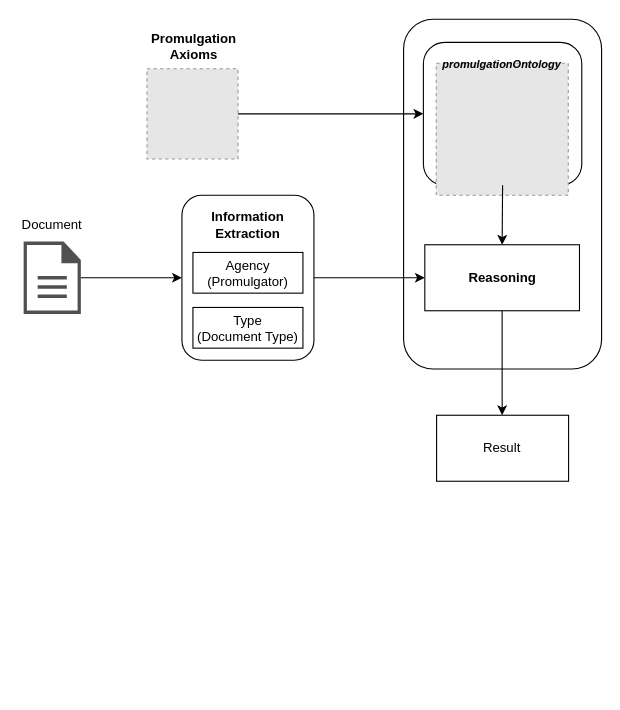
The draw.io diagram overview.drawio in mossbee/linhtinhforpu, before the edit. Source tidied: cells renumbered, new cells numbered last; positions are measured from the earlier drawing's top-left corner, leaving out a move shared by most shapes. Both pictures are drawn from the tidied source at 110%, with x=0, y=0 at pixel (19, 19). Pictures stored in the file or linked from it are replaced by grey dashed boxes.
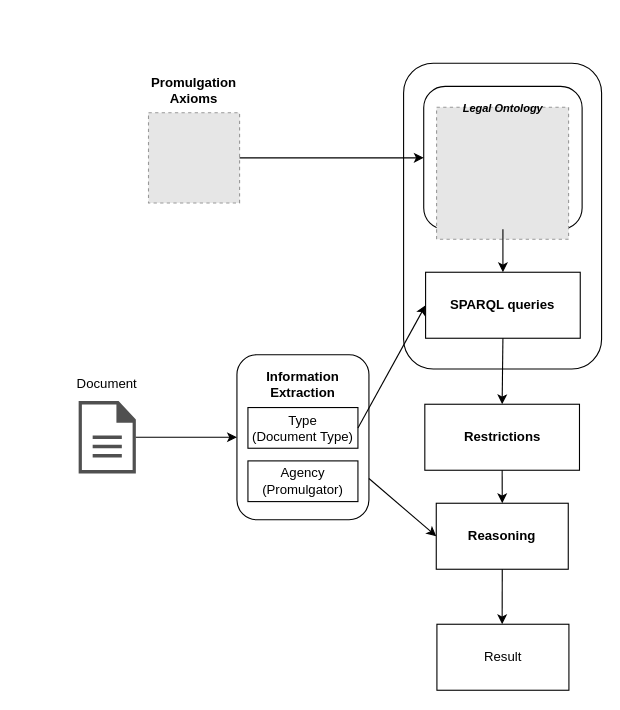
After the change.

Change to the diagram source:
```diff
@@
     <mxCell id="2" style="rounded=1;whiteSpace=wrap;html=1;fillColor=none;" parent="1" vertex="1">
-      <mxGeometry x="349.4" width="180" height="318" as="geometry" />
+      <mxGeometry x="349.4" y="40" width="180" height="278" as="geometry" />
     </mxCell>
     <mxCell id="3" style="rounded=1;whiteSpace=wrap;html=1;fillColor=none;" parent="1" vertex="1">
-      <mxGeometry x="367.4" y="21" width="144" height="130" as="geometry" />
+      <mxGeometry x="367.7" y="61" width="144" height="130" as="geometry" />
     </mxCell>
     <mxCell id="4" style="fillColor=#E6E6E6;strokeColor=#999999;dashed=1;verticalLabelPosition=bottom;labelBackgroundColor=default;verticalAlign=top;" parent="1" vertex="1">
-      <mxGeometry x="379.1" y="40" width="120" height="120" as="geometry" />
+      <mxGeometry x="379.4" y="80" width="120" height="120" as="geometry" />
     </mxCell>
     <mxCell id="5" style="sketch=0;shadow=0;dashed=0;html=1;strokeColor=none;fillColor=#505050;labelPosition=center;verticalLabelPosition=bottom;verticalAlign=top;outlineConnect=0;align=center;shape=mxgraph.office.concepts.document;" parent="1" vertex="1">
-      <mxGeometry x="4" y="202" width="52" height="66" as="geometry" />
+      <mxGeometry x="54" y="347" width="52" height="66" as="geometry" />
     </mxCell>
     <mxCell id="6" style="rounded=1;whiteSpace=wrap;html=1;fillColor=none;" parent="1" vertex="1">
-      <mxGeometry x="147.9" y="160" width="120" height="150" as="geometry" />
+      <mxGeometry x="197.9" y="305" width="120" height="150" as="geometry" />
     </mxCell>
@@
     <mxCell id="8" value="&lt;b&gt;Information&lt;br&gt;Extraction&lt;/b&gt;" style="text;html=1;align=center;verticalAlign=middle;whiteSpace=wrap;rounded=0;" parent="1" vertex="1">
-      <mxGeometry x="177.9" y="172" width="60" height="30" as="geometry" />
+      <mxGeometry x="227.9" y="317" width="60" height="30" as="geometry" />
     </mxCell>
     <mxCell id="9" value="Agency (Promulgator)" style="rounded=0;whiteSpace=wrap;html=1;" parent="1" vertex="1">
-      <mxGeometry x="157.9" y="212" width="100" height="37" as="geometry" />
+      <mxGeometry x="207.9" y="401.5" width="100" height="37" as="geometry" />
     </mxCell>
     <mxCell id="10" value="Type&lt;br&gt;(Document Type)" style="rounded=0;whiteSpace=wrap;html=1;" parent="1" vertex="1">
-      <mxGeometry x="157.9" y="262" width="100" height="37" as="geometry" />
+      <mxGeometry x="207.9" y="353" width="100" height="37" as="geometry" />
     </mxCell>
     <mxCell id="11" value="Document" style="text;html=1;align=center;verticalAlign=middle;whiteSpace=wrap;rounded=0;" parent="1" vertex="1">
-      <mxGeometry y="172" width="60" height="30" as="geometry" />
+      <mxGeometry x="50" y="317" width="60" height="30" as="geometry" />
     </mxCell>
     <mxCell id="12" style="fillColor=#E6E6E6;strokeColor=#999999;dashed=1;verticalLabelPosition=bottom;labelBackgroundColor=default;verticalAlign=top;" parent="1" vertex="1">
-      <mxGeometry x="116.1" y="45" width="82.8" height="82" as="geometry" />
+      <mxGeometry x="117.5" y="85" width="82.8" height="82" as="geometry" />
     </mxCell>
-    <mxCell id="13" value="&lt;b&gt;&lt;i&gt;&lt;font style=&quot;font-size: 10px;&quot;&gt;promulgationOntology&lt;/font&gt;&lt;/i&gt;&lt;/b&gt;" style="text;html=1;align=center;verticalAlign=middle;whiteSpace=wrap;rounded=0;" parent="1" vertex="1">
-      <mxGeometry x="369.4" y="26" width="140" height="30" as="geometry" />
+    <mxCell id="13" value="&lt;b&gt;&lt;i&gt;&lt;font style=&quot;font-size: 10px;&quot;&gt;Legal Ontology&lt;/font&gt;&lt;/i&gt;&lt;/b&gt;" style="text;html=1;align=center;verticalAlign=middle;whiteSpace=wrap;rounded=0;" parent="1" vertex="1">
+      <mxGeometry x="369.7" y="66" width="140" height="30" as="geometry" />
     </mxCell>
     <mxCell id="14" value="&lt;b&gt;Promulgation Axioms&lt;/b&gt;" style="text;html=1;align=center;verticalAlign=middle;whiteSpace=wrap;rounded=0;" parent="1" vertex="1">
-      <mxGeometry x="128.9" y="10" width="60" height="30" as="geometry" />
+      <mxGeometry x="128.9" y="50" width="60" height="30" as="geometry" />
     </mxCell>
@@
-    <mxCell id="16" style="endArrow=classic;html=1;rounded=0;exitX=1;exitY=0.5;exitDx=0;exitDy=0;entryX=0;entryY=0.5;entryDx=0;entryDy=0;" parent="1" edge="1" source="6" target="17">
+    <mxCell id="16" style="endArrow=classic;html=1;rounded=0;exitX=1;exitY=0.5;exitDx=0;exitDy=0;entryX=0;entryY=0.5;entryDx=0;entryDy=0;" parent="1" edge="1" source="10" target="17">
       <mxGeometry relative="1" as="geometry" />
     </mxCell>
-    <mxCell id="17" value="&lt;b&gt;Reasoning&lt;/b&gt;" style="rounded=0;whiteSpace=wrap;html=1;fillColor=none;" parent="1" vertex="1">
-      <mxGeometry x="368.7" y="205" width="140.6" height="60" as="geometry" />
+    <mxCell id="17" value="&lt;b&gt;SPARQL queries&lt;/b&gt;" style="rounded=0;whiteSpace=wrap;html=1;fillColor=none;" parent="1" vertex="1">
+      <mxGeometry x="369.4" y="230" width="140.6" height="60" as="geometry" />
     </mxCell>
@@
-    <mxCell id="19" style="endArrow=classic;html=1;rounded=0;exitX=0.5;exitY=1;exitDx=0;exitDy=0;" parent="1" edge="1" source="17">
-      <mxGeometry relative="1" as="geometry">
-        <mxPoint x="439" y="360" as="targetPoint" />
-      </mxGeometry>
+    <mxCell id="19" style="endArrow=classic;html=1;rounded=0;exitX=0.5;exitY=1;exitDx=0;exitDy=0;entryX=0.5;entryY=0;entryDx=0;entryDy=0;" parent="1" edge="1" source="17" target="21">
+      <mxGeometry relative="1" as="geometry" />
     </mxCell>
-    <mxCell id="20" value="Result" style="rounded=0;whiteSpace=wrap;html=1;fillColor=none;" parent="1" vertex="1">
-      <mxGeometry x="379.4" y="360" width="120" height="60" as="geometry" />
+    <mxCell id="20" value="&lt;b&gt;Reasoning&lt;/b&gt;" style="rounded=0;whiteSpace=wrap;html=1;fillColor=none;" parent="1" vertex="1">
+      <mxGeometry x="379.1" y="440" width="120" height="60" as="geometry" />
     </mxCell>
+    <mxCell id="21" value="&lt;b&gt;Restrictions&lt;/b&gt;" style="rounded=0;whiteSpace=wrap;html=1;fillColor=none;" parent="1" vertex="1">
+      <mxGeometry x="368.7" y="350" width="140.6" height="60" as="geometry" />
+    </mxCell>
+    <mxCell id="22" style="endArrow=classic;html=1;rounded=0;exitX=0.5;exitY=1;exitDx=0;exitDy=0;entryX=0.5;entryY=0;entryDx=0;entryDy=0;" parent="1" edge="1" source="21" target="20">
+      <mxGeometry relative="1" as="geometry" />
+    </mxCell>
+    <mxCell id="23" style="endArrow=classic;html=1;rounded=0;exitX=1;exitY=0.75;exitDx=0;exitDy=0;entryX=0;entryY=0.5;entryDx=0;entryDy=0;" parent="1" edge="1" source="6" target="20">
+      <mxGeometry relative="1" as="geometry" />
+    </mxCell>
+    <mxCell id="24" style="endArrow=classic;html=1;rounded=0;exitX=0.5;exitY=1;exitDx=0;exitDy=0;" parent="1" edge="1" source="20">
+      <mxGeometry relative="1" as="geometry">
+        <mxPoint x="439" y="550" as="targetPoint" />
+      </mxGeometry>
+    </mxCell>
+    <mxCell id="25" value="Result" style="rounded=0;whiteSpace=wrap;html=1;fillColor=none;" parent="1" vertex="1">
+      <mxGeometry x="379.7" y="550" width="120" height="60" as="geometry" />
+    </mxCell>
```
